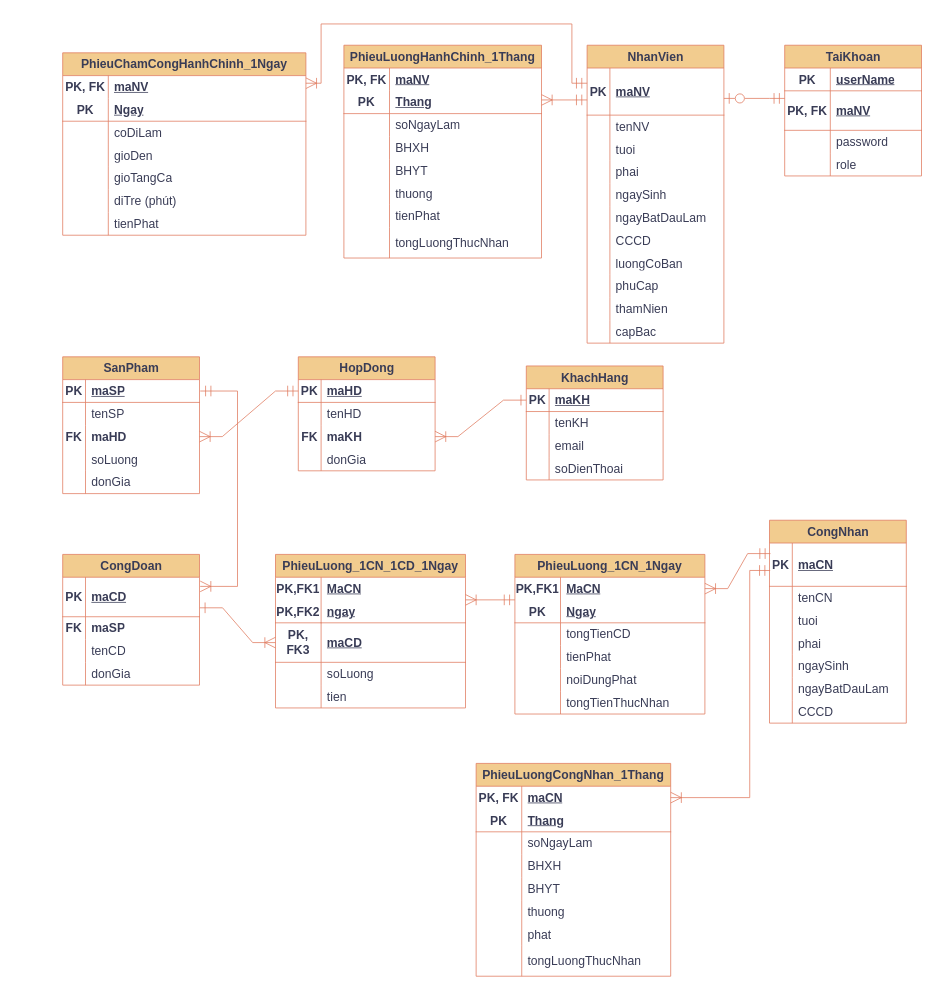
Above: EntityRelationshipDiagram.drawio in TomTom2k/-management-of-a-ceramic-processing-company (draw.io), before the change. Source tidied: cells renumbered, new cells numbered last; positions are measured from the earlier drawing's top-left corner, leaving out a move shared by most shapes. Both pictures are drawn from the tidied source at 76%, with x=0, y=0 at pixel (62, 24).
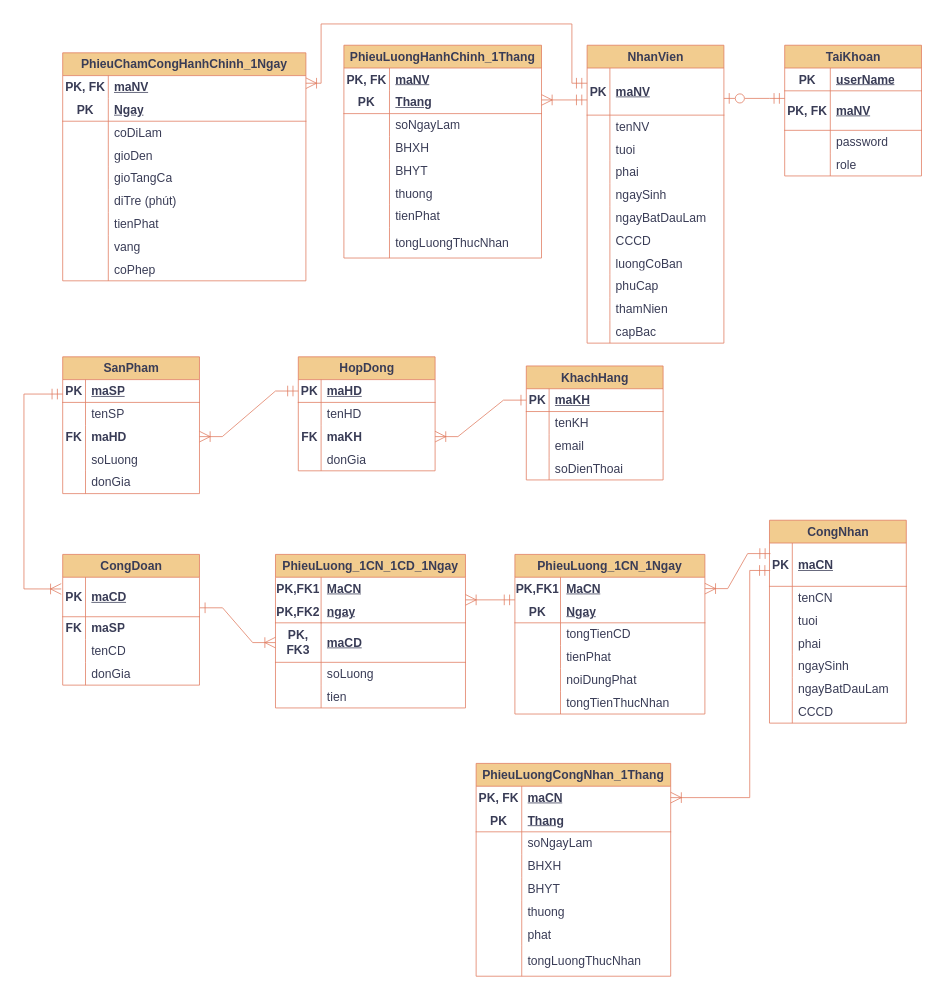
The same page after the edit.

Commit message:
them (vang, coPhep) vào chamCong1ngayhanhChinh

The change refers to these unchanged cells:
```xml
<mxCell id="25" style="shape=tableRow;horizontal=0;startSize=0;swimlaneHead=0;swimlaneBody=0;fillColor=none;points=[[0,0.5],[1,0.5]];portConstraint=eastwest;top=0;left=0;right=0;bottom=1;labelBackgroundColor=none;strokeColor=#E07A5F;fontColor=#393C56;fontSize=16;" parent="24" vertex="1">
  <mxGeometry y="30" width="180" height="30" as="geometry" />
</mxCell>
<mxCell id="67" style="shape=tableRow;horizontal=0;startSize=0;swimlaneHead=0;swimlaneBody=0;fillColor=none;points=[[0,0.5],[1,0.5]];portConstraint=eastwest;top=0;left=0;right=0;bottom=1;labelBackgroundColor=none;strokeColor=#E07A5F;fontColor=#393C56;fontSize=16;" parent="66" vertex="1">
  <mxGeometry y="30" width="180" height="52" as="geometry" />
</mxCell>
```

Change to the diagram source:
```diff
@@
     <mxCell id="148" value="PhieuChamCongHanhChinh_1Ngay" style="shape=table;startSize=30;childLayout=tableLayout;rowLines=0;fontStyle=1;align=center;html=1;whiteSpace=wrap;labelBackgroundColor=none;fillColor=#F2CC8F;strokeColor=#E07A5F;fontColor=#393C56;fontSize=16;" parent="1" vertex="1">
-      <mxGeometry y="38" width="320" height="240" as="geometry" />
+      <mxGeometry y="38" width="320" height="300" as="geometry" />
     </mxCell>
@@
+    <mxCell id="243" style="shape=tableRow;horizontal=0;startSize=0;swimlaneHead=0;swimlaneBody=0;fillColor=none;top=0;left=0;right=0;bottom=0;html=1;labelBackgroundColor=none;strokeColor=#E07A5F;fontColor=#393C56;fontSize=16;" parent="148" vertex="1">
+      <mxGeometry y="240" width="320" height="30" as="geometry" />
+    </mxCell>
+    <mxCell id="244" style="shape=partialRectangle;fillColor=none;top=0;left=0;bottom=0;right=0;overflow=hidden;html=1;whiteSpace=wrap;labelBackgroundColor=none;strokeColor=#E07A5F;fontColor=#393C56;fontSize=16;" parent="243" vertex="1">
+      <mxGeometry width="60" height="30" as="geometry" />
+    </mxCell>
+    <mxCell id="245" value="vang&amp;nbsp;" style="shape=partialRectangle;fillColor=none;top=0;left=0;bottom=0;right=0;align=left;spacingLeft=6;overflow=hidden;html=1;whiteSpace=wrap;labelBackgroundColor=none;strokeColor=#E07A5F;fontColor=#393C56;fontSize=16;" parent="243" vertex="1">
+      <mxGeometry x="60" width="260" height="30" as="geometry" />
+    </mxCell>
+    <mxCell id="246" style="shape=tableRow;horizontal=0;startSize=0;swimlaneHead=0;swimlaneBody=0;fillColor=none;top=0;left=0;right=0;bottom=0;html=1;labelBackgroundColor=none;strokeColor=#E07A5F;fontColor=#393C56;fontSize=16;" parent="148" vertex="1">
+      <mxGeometry y="270" width="320" height="30" as="geometry" />
+    </mxCell>
+    <mxCell id="247" style="shape=partialRectangle;fillColor=none;top=0;left=0;bottom=0;right=0;overflow=hidden;html=1;whiteSpace=wrap;labelBackgroundColor=none;strokeColor=#E07A5F;fontColor=#393C56;fontSize=16;" parent="246" vertex="1">
+      <mxGeometry width="60" height="30" as="geometry" />
+    </mxCell>
+    <mxCell id="248" value="coPhep" style="shape=partialRectangle;fillColor=none;top=0;left=0;bottom=0;right=0;align=left;spacingLeft=6;overflow=hidden;html=1;whiteSpace=wrap;labelBackgroundColor=none;strokeColor=#E07A5F;fontColor=#393C56;fontSize=16;" parent="246" vertex="1">
+      <mxGeometry x="60" width="260" height="30" as="geometry" />
+    </mxCell>
@@
-    <mxCell id="236" style="edgeStyle=orthogonalEdgeStyle;rounded=0;jettySize=auto;html=1;labelBackgroundColor=none;fontColor=default;startArrow=ERoneToMany;startFill=0;endArrow=ERmandOne;endFill=0;strokeColor=#E07A5F;fontSize=16;endSize=12;startSize=12;exitX=1.005;exitY=0.232;exitDx=0;exitDy=0;exitPerimeter=0;" parent="1" edge="1" source="67">
+    <mxCell id="236" style="edgeStyle=orthogonalEdgeStyle;rounded=0;jettySize=auto;html=1;labelBackgroundColor=none;fontColor=default;startArrow=ERoneToMany;startFill=0;endArrow=ERmandOne;endFill=0;strokeColor=#E07A5F;fontSize=16;endSize=12;startSize=12;exitX=-0.011;exitY=0.297;exitDx=0;exitDy=0;exitPerimeter=0;" parent="1" edge="1" source="67" target="25">
       <mxGeometry relative="1" as="geometry">
-        <mxPoint x="181" y="483" as="targetPoint" />
         <Array as="points">
-          <mxPoint x="230" y="740" />
-          <mxPoint x="230" y="483" />
+          <mxPoint x="-51" y="743" />
+          <mxPoint x="-51" y="487" />
         </Array>
       </mxGeometry>
     </mxCell>
```
